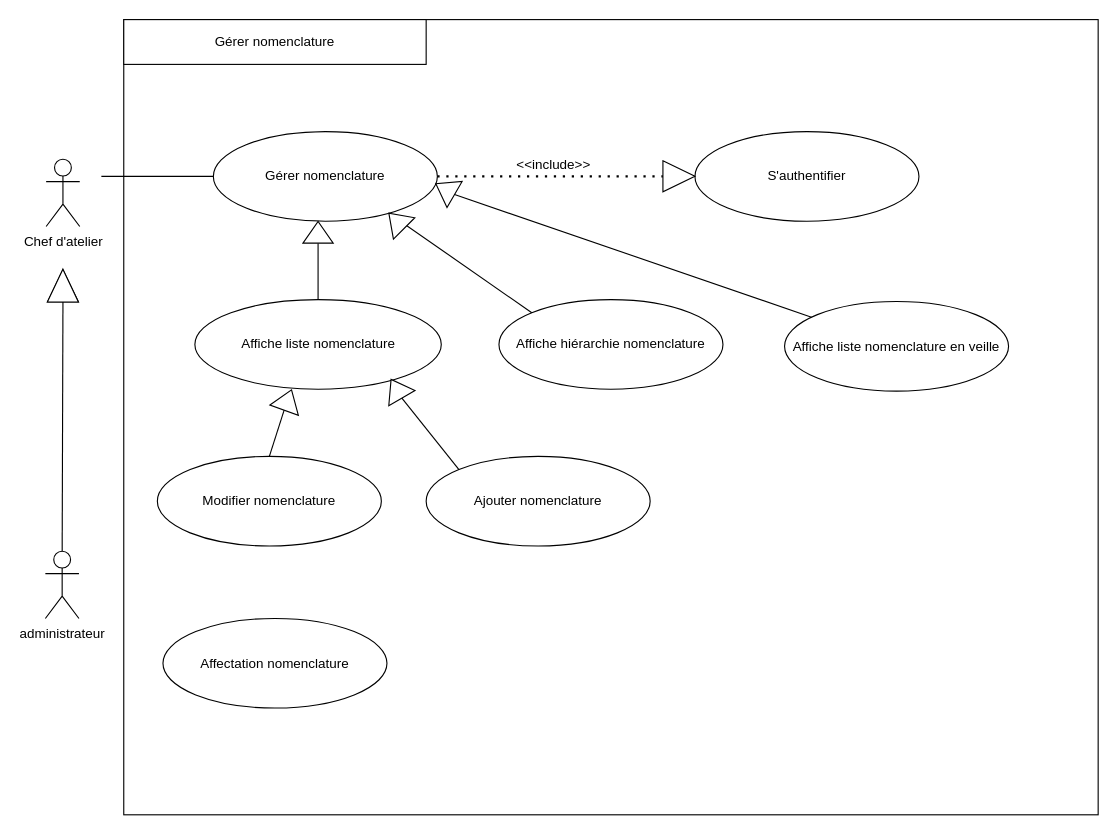
This is GérerNomenclature.drawio from AbdelazizBs/GPAO-SpringApp, a draw.io file, before an edit. Source tidied: cells renumbered, new cells numbered last; positions are measured from the earlier drawing's top-left corner, leaving out a move shared by most shapes. Both pictures are drawn from the tidied source at 112%, with x=0, y=0 at pixel (45, 19).
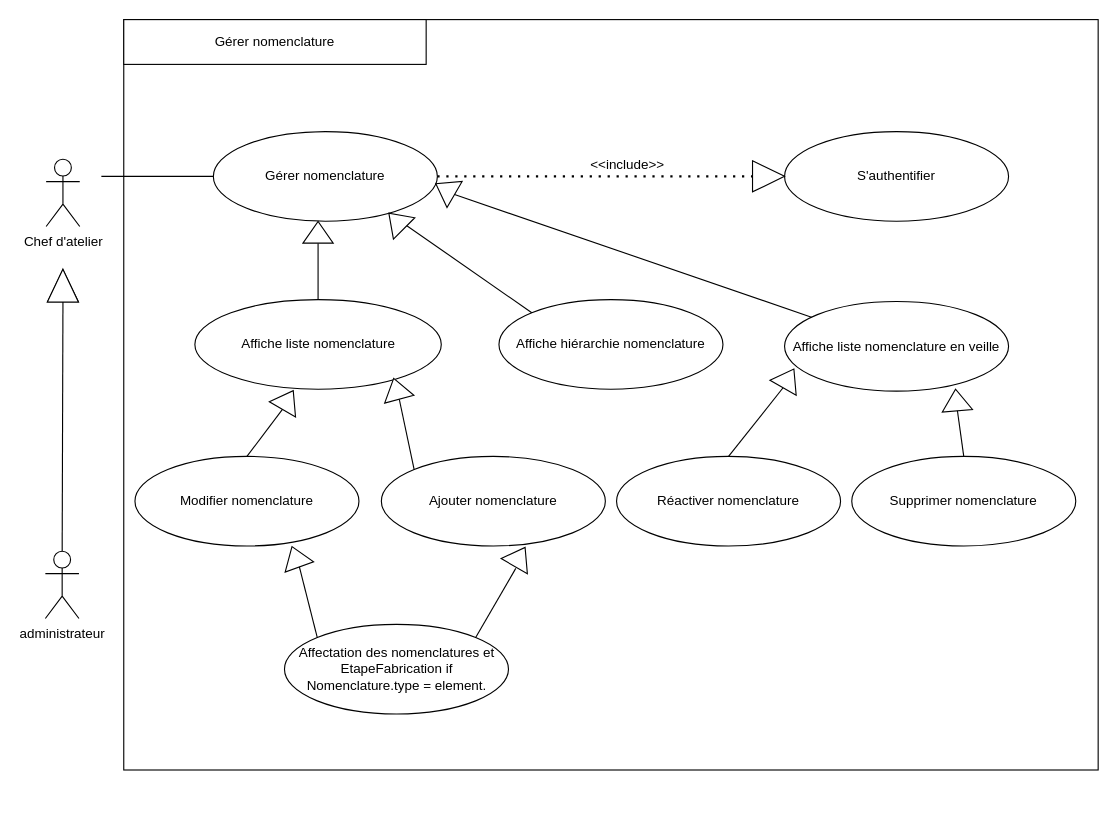
After the change.

Commit message:
Mettre à jour GérerNomenclature.drawio

What changed in the source:
```diff
@@
     <mxCell id="2" style="rounded=0;whiteSpace=wrap;html=1;" parent="1" vertex="1">
-      <mxGeometry x="70" width="870" height="710" as="geometry" />
+      <mxGeometry x="70" width="870" height="670" as="geometry" />
     </mxCell>
@@
     <mxCell id="7" value="S'authentifier" style="ellipse;whiteSpace=wrap;html=1;" parent="1" vertex="1">
-      <mxGeometry x="580" y="100" width="200" height="80" as="geometry" />
+      <mxGeometry x="660" y="100" width="200" height="80" as="geometry" />
     </mxCell>
@@
     <mxCell id="13" value="Modifier nomenclature" style="ellipse;whiteSpace=wrap;html=1;" parent="1" vertex="1">
-      <mxGeometry x="100" y="390" width="200" height="80" as="geometry" />
+      <mxGeometry x="80" y="390" width="200" height="80" as="geometry" />
     </mxCell>
@@
     <mxCell id="15" style="triangle;whiteSpace=wrap;html=1;rotation=0;" parent="1" vertex="1">
-      <mxGeometry x="551.4" y="126.1" width="28.6" height="27.7" as="geometry" />
+      <mxGeometry x="631.4" y="126.1" width="28.6" height="27.7" as="geometry" />
     </mxCell>
     <mxCell id="16" value="&amp;lt;&amp;lt;include&amp;gt;&amp;gt;" style="text;html=1;strokeColor=none;fillColor=none;align=center;verticalAlign=middle;whiteSpace=wrap;rounded=0;" parent="1" vertex="1">
-      <mxGeometry x="433.5" y="120" width="40" height="20" as="geometry" />
+      <mxGeometry x="500" y="120" width="40" height="20" as="geometry" />
     </mxCell>
@@
-    <mxCell id="19" style="triangle;whiteSpace=wrap;html=1;rotation=-160;direction=south;" parent="1" vertex="1">
+    <mxCell id="19" style="triangle;whiteSpace=wrap;html=1;rotation=-150;direction=south;" parent="1" vertex="1">
       <mxGeometry x="203" y="330" width="27" height="19.3" as="geometry" />
     </mxCell>
@@
     <mxCell id="27" value="Ajouter nomenclature" style="ellipse;whiteSpace=wrap;html=1;" parent="1" vertex="1">
-      <mxGeometry x="340" y="390" width="200" height="80" as="geometry" />
+      <mxGeometry x="300" y="390" width="200" height="80" as="geometry" />
     </mxCell>
-    <mxCell id="28" style="triangle;whiteSpace=wrap;html=1;rotation=-210;direction=south;" parent="1" vertex="1">
+    <mxCell id="28" style="triangle;whiteSpace=wrap;html=1;rotation=-195;direction=south;" parent="1" vertex="1">
       <mxGeometry x="300" y="320" width="27" height="19.3" as="geometry" />
     </mxCell>
@@
-    <mxCell id="30" value="Affectation nomenclature" style="ellipse;whiteSpace=wrap;html=1;" parent="1" vertex="1">
-      <mxGeometry x="105" y="534.7" width="200" height="80" as="geometry" />
+    <mxCell id="30" value="Affectation des nomenclatures et EtapeFabrication if Nomenclature.type = element." style="ellipse;whiteSpace=wrap;html=1;" parent="1" vertex="1">
+      <mxGeometry x="213.5" y="540" width="200" height="80" as="geometry" />
     </mxCell>
+    <mxCell id="31" style="triangle;whiteSpace=wrap;html=1;rotation=-200;direction=south;" parent="1" vertex="1">
+      <mxGeometry x="210" y="470" width="27" height="19.3" as="geometry" />
+    </mxCell>
+    <mxCell id="32" style="endArrow=none;html=1;rounded=0;entryX=0;entryY=0.5;entryDx=0;entryDy=0;exitX=0;exitY=0;exitDx=0;exitDy=0;" parent="1" edge="1" source="30" target="31">
+      <mxGeometry relative="1" as="geometry" />
+    </mxCell>
+    <mxCell id="33" style="triangle;whiteSpace=wrap;html=1;rotation=-150;direction=south;" parent="1" vertex="1">
+      <mxGeometry x="410" y="470" width="27" height="19.3" as="geometry" />
+    </mxCell>
+    <mxCell id="34" style="endArrow=none;html=1;rounded=0;exitX=1;exitY=0;exitDx=0;exitDy=0;" parent="1" edge="1" source="30">
+      <mxGeometry relative="1" as="geometry">
+        <mxPoint x="420" y="490" as="targetPoint" />
+      </mxGeometry>
+    </mxCell>
+    <mxCell id="35" value="Réactiver nomenclature" style="ellipse;whiteSpace=wrap;html=1;" parent="1" vertex="1">
+      <mxGeometry x="510" y="390" width="200" height="80" as="geometry" />
+    </mxCell>
+    <mxCell id="36" style="endArrow=none;html=1;rounded=0;exitX=0.5;exitY=0;exitDx=0;exitDy=0;entryX=0;entryY=0.5;entryDx=0;entryDy=0;" parent="1" edge="1" source="35" target="37">
+      <mxGeometry relative="1" as="geometry" />
+    </mxCell>
+    <mxCell id="37" style="triangle;whiteSpace=wrap;html=1;rotation=-150;direction=south;" parent="1" vertex="1">
+      <mxGeometry x="650" y="310.7" width="27" height="19.3" as="geometry" />
+    </mxCell>
+    <mxCell id="38" value="Supprimer nomenclature" style="ellipse;whiteSpace=wrap;html=1;" parent="1" vertex="1">
+      <mxGeometry x="720" y="390" width="200" height="80" as="geometry" />
+    </mxCell>
+    <mxCell id="39" style="triangle;whiteSpace=wrap;html=1;rotation=-185;direction=south;" parent="1" vertex="1">
+      <mxGeometry x="800" y="330" width="27" height="19.3" as="geometry" />
+    </mxCell>
+    <mxCell id="40" style="endArrow=none;html=1;rounded=0;exitX=0.5;exitY=0;exitDx=0;exitDy=0;entryX=0;entryY=0.5;entryDx=0;entryDy=0;" parent="1" edge="1" source="38" target="39">
+      <mxGeometry relative="1" as="geometry" />
+    </mxCell>
```
